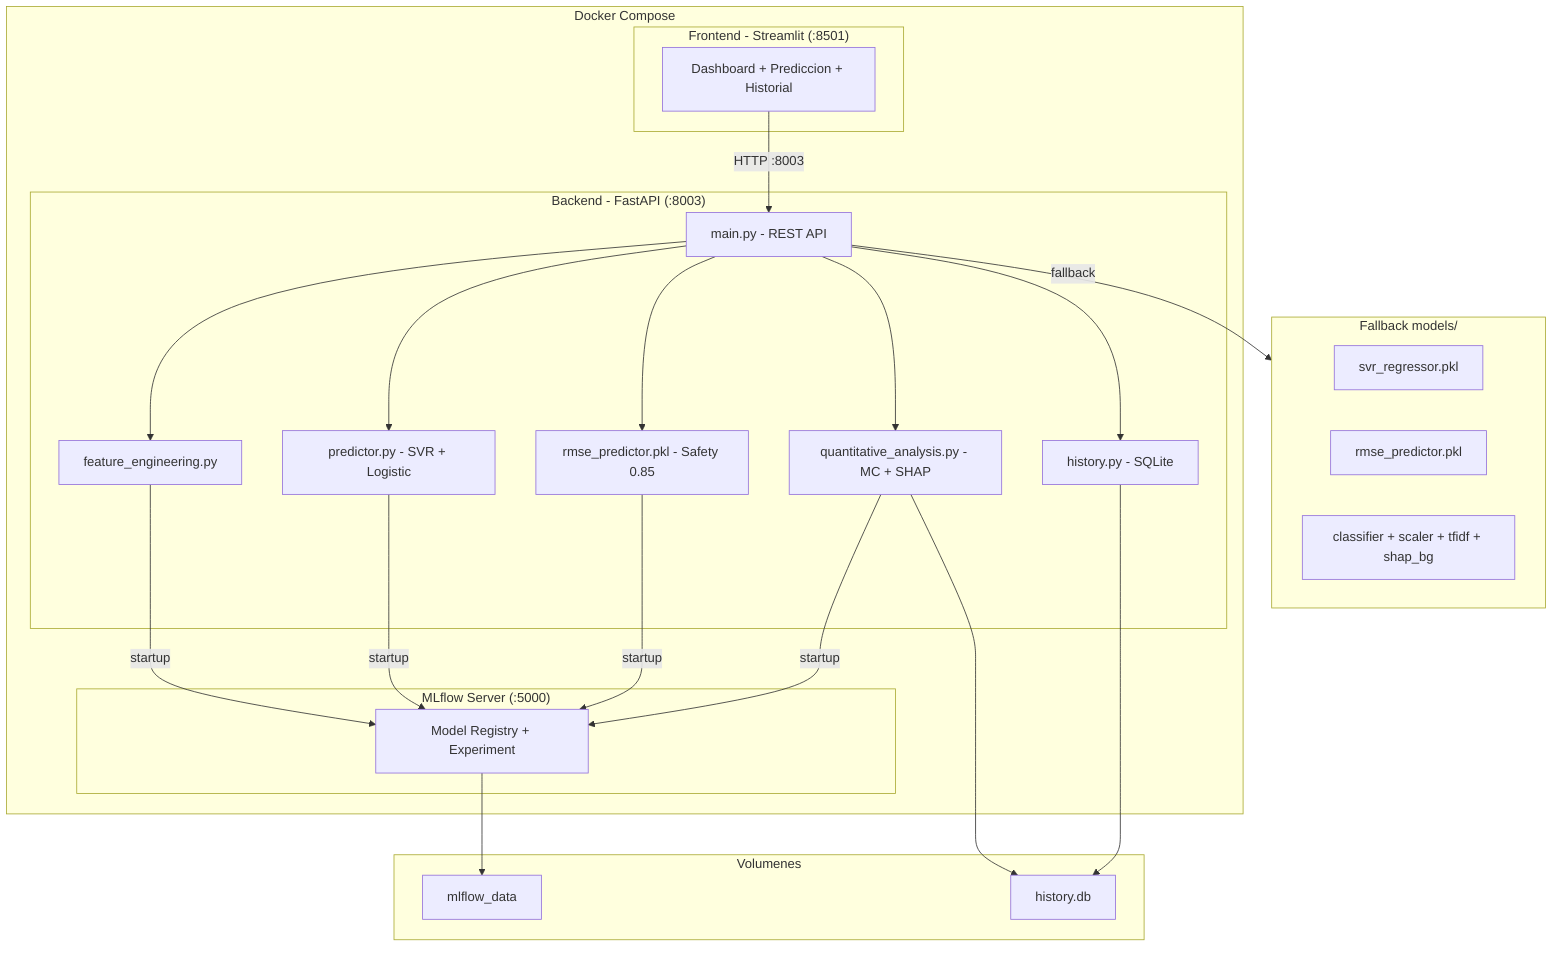
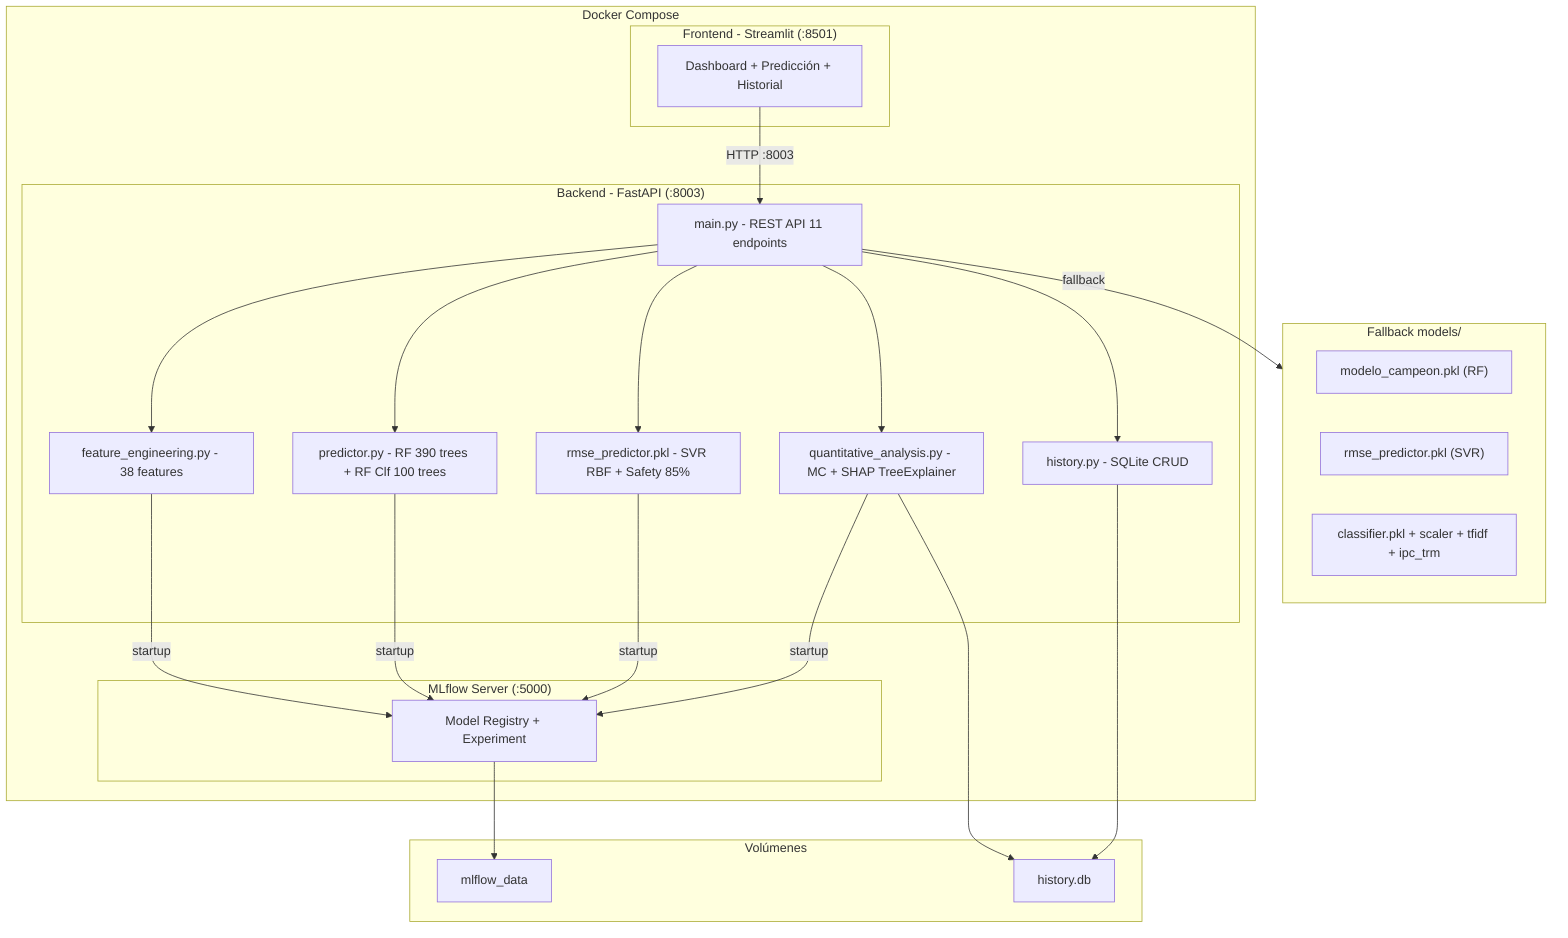
graph TB
    subgraph Docker["Docker Compose"]
        subgraph Frontend["Frontend - Streamlit (:8501)"]
-             ST["Dashboard + Prediccion + Historial"]
+             ST["Dashboard + Predicción + Historial"]
        end

        subgraph Backend["Backend - FastAPI (:8003)"]
-             FA["main.py - REST API"]
-             FE["feature_engineering.py"]
-             PR["predictor.py - SVR + Logistic"]
-             RP["rmse_predictor.pkl - Safety 0.85"]
-             QA["quantitative_analysis.py - MC + SHAP"]
-             H["history.py - SQLite"]
+             FA["main.py - REST API 11 endpoints"]
+             FE["feature_engineering.py - 38 features"]
+             PR["predictor.py - RF 390 trees + RF Clf 100 trees"]
+             RP["rmse_predictor.pkl - SVR RBF + Safety 85%"]
+             QA["quantitative_analysis.py - MC + SHAP TreeExplainer"]
+             H["history.py - SQLite CRUD"]
        end

        subgraph MLflow["MLflow Server (:5000)"]
            ML["Model Registry + Experiment"]
        end
    end

-     subgraph Volumes["Volumenes"]
+     subgraph Volumes["Volúmenes"]
        DB["history.db"]
        MLD["mlflow_data"]
    end

    subgraph Local["Fallback models/"]
-         L1["svr_regressor.pkl"]
-         L2["rmse_predictor.pkl"]
-         L3["classifier + scaler + tfidf + shap_bg"]
+         L1["modelo_campeon.pkl (RF)"]
+         L2["rmse_predictor.pkl (SVR)"]
+         L3["classifier.pkl + scaler + tfidf + ipc_trm"]
    end

    ST -->|HTTP :8003| FA
    FA --> FE & PR & RP & QA & H
    FE & PR & RP & QA -->|startup| ML
    ML --> MLD
    QA & H --> DB
    FA -->|fallback| Local
